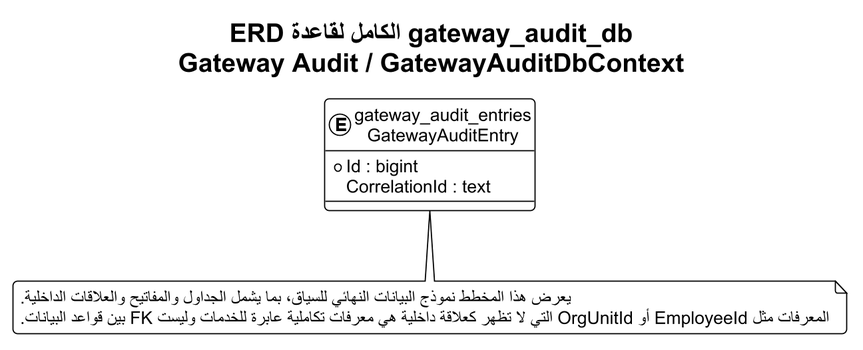
The PlantUML diagram docs/thesis_diagrams/database_erdds/rendered/01_gatewayaudit.png in omardefdev/HRManagement, before a commit.
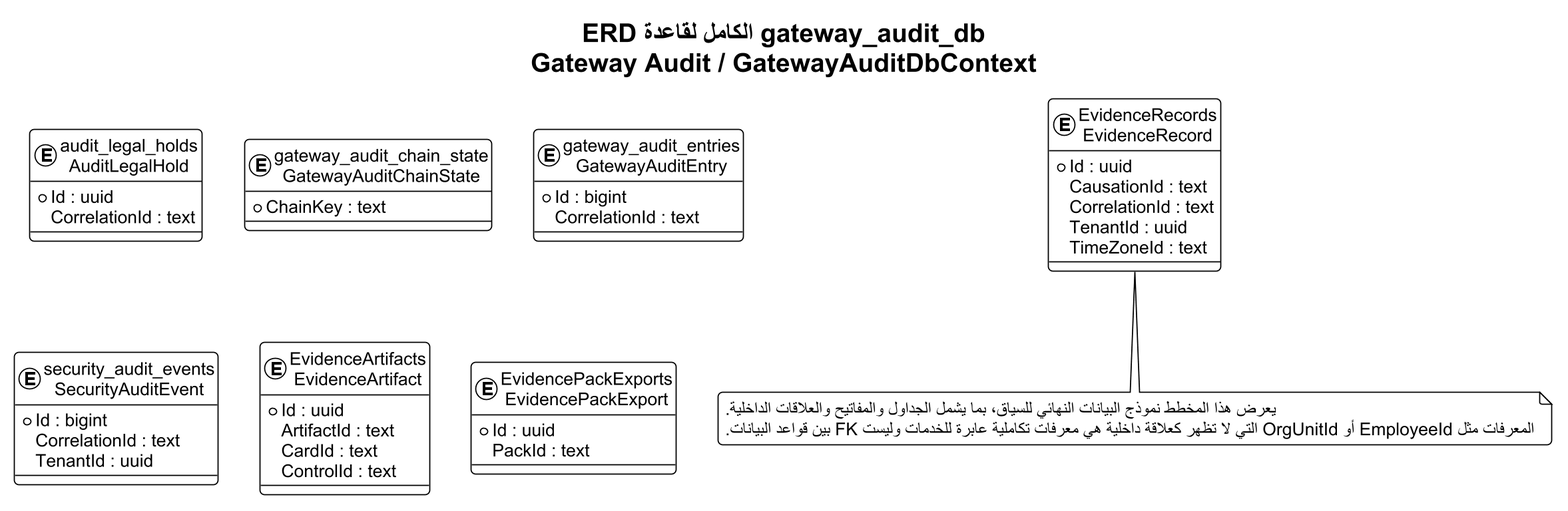
After the change.

The edit, as a diff of the source:
```diff
@@ -12,9 +12,38 @@
 top to bottom direction
 title "ERD الكامل لقاعدة gateway_audit_db\nGateway Audit / GatewayAuditDbContext"
 
-entity "gateway_audit_entries\nGatewayAuditEntry" as T01 {
+entity "audit_legal_holds\nAuditLegalHold" as T01 {
+  * Id : uuid
+    CorrelationId : text
+}
+entity "gateway_audit_chain_state\nGatewayAuditChainState" as T02 {
+  * ChainKey : text
+}
+entity "gateway_audit_entries\nGatewayAuditEntry" as T03 {
   * Id : bigint
     CorrelationId : text
+}
+entity "security_audit_events\nSecurityAuditEvent" as T04 {
+  * Id : bigint
+    CorrelationId : text
+    TenantId : uuid
+}
+entity "EvidenceArtifacts\nEvidenceArtifact" as T05 {
+  * Id : uuid
+    ArtifactId : text
+    CardId : text
+    ControlId : text
+}
+entity "EvidencePackExports\nEvidencePackExport" as T06 {
+  * Id : uuid
+    PackId : text
+}
+entity "EvidenceRecords\nEvidenceRecord" as T07 {
+  * Id : uuid
+    CausationId : text
+    CorrelationId : text
+    TenantId : uuid
+    TimeZoneId : text
 }
 
 
```
